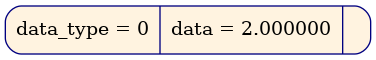
Above: diff_tree/gr_dump/diff_tree_9.dot.png in pupach/diff_tree (Graphviz), before the change. Its source is kept beside it as diff_tree/gr_dump/diff_tree_9.dot.
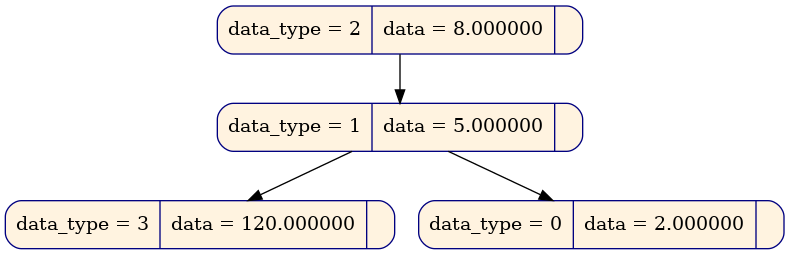
The same file after the commit.

The edit, as a diff of the source:
```diff
@@ -1,5 +1,11 @@
 digraph
 {
 node [shape = Mrecord, color  = "navy", style = "filled"];
-node0x6200000000f0[label = " data_type = 0 | data = 2.000000 | ", fillcolor = "#fff3e0", rank = 0];
+node0x625000002938[label = " data_type = 2 | data = 8.000000 | ", fillcolor = "#fff3e0", rank = 0];
+node0x625000002970[label = " data_type = 1 | data = 5.000000 | ", fillcolor = "#fff3e0", rank = 1];
+node0x6250000029a8[label = " data_type = 3 | data = 120.000000 | ", fillcolor = "#fff3e0", rank = 2];
+node0x6250000029e0[label = " data_type = 0 | data = 2.000000 | ", fillcolor = "#fff3e0", rank = 2];
+node0x625000002938 -> node0x625000002970;
+node0x625000002970 -> node0x6250000029a8;
+node0x625000002970 -> node0x6250000029e0;
 }
```
